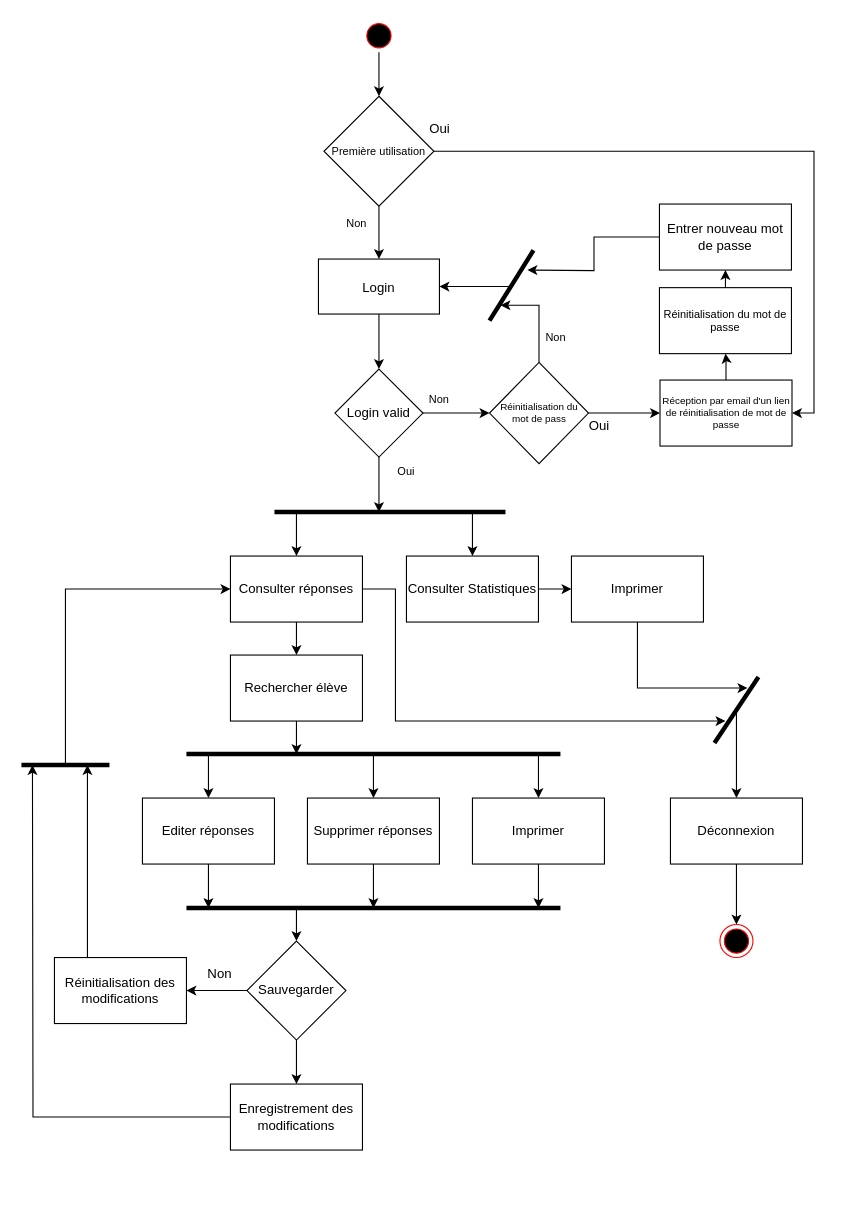
Above: DiagrameDActiviteEnseignant.drawio in Devetik/Diagrammes (draw.io), before the change. Source tidied: cells renumbered, new cells numbered last; positions are measured from the earlier drawing's top-left corner, leaving out a move shared by most shapes. Both pictures are drawn from the tidied source at 110%, with x=0, y=0 at pixel (21, 19).
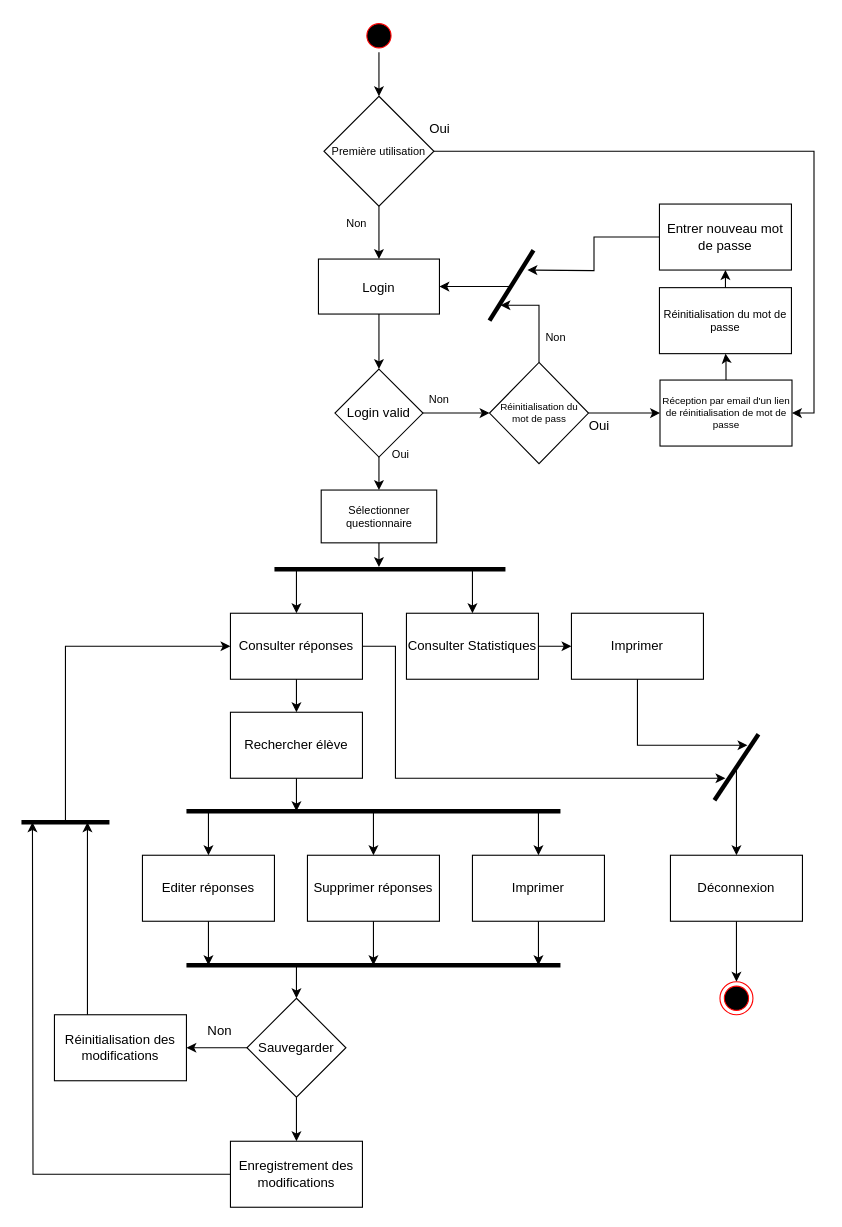
The same diagram, later.

The change refers to these unchanged cells:
```xml
<mxCell id="4" value="Login valid" style="rhombus;whiteSpace=wrap;html=1;fontColor=default;fillColor=none;" parent="1" vertex="1">
  <mxGeometry x="285" y="318" width="80" height="80" as="geometry" />
</mxCell>
```

Change to the diagram source:
```diff
@@
-    <mxCell id="2" style="edgeStyle=orthogonalEdgeStyle;rounded=0;jettySize=auto;html=1;strokeWidth=1;" parent="1" edge="1" source="4">
-      <mxGeometry relative="1" as="geometry">
-        <mxPoint x="325" y="448" as="targetPoint" />
-      </mxGeometry>
-    </mxCell>
@@
+    <mxCell id="68" style="edgeStyle=orthogonalEdgeStyle;rounded=0;jettySize=auto;html=1;entryX=0.5;entryY=0;entryDx=0;entryDy=0;fontSize=10;strokeWidth=1;" parent="1" edge="1" source="4" target="70">
+      <mxGeometry relative="1" as="geometry" />
+    </mxCell>
@@
     <mxCell id="6" value="&lt;font style=&quot;font-size: 10px;&quot;&gt;Oui&lt;/font&gt;" style="text;html=1;strokeColor=none;fillColor=none;align=center;verticalAlign=middle;whiteSpace=wrap;rounded=0;fontColor=default;" parent="1" vertex="1">
-      <mxGeometry x="320" y="396" width="60" height="30" as="geometry" />
+      <mxGeometry x="315" y="380" width="60" height="30" as="geometry" />
     </mxCell>
     <mxCell id="7" style="edgeStyle=orthogonalEdgeStyle;rounded=0;jettySize=auto;html=1;fontSize=10;strokeWidth=1;" parent="1" edge="1" source="8">
       <mxGeometry relative="1" as="geometry">
-        <mxPoint x="640" y="638" as="targetPoint" />
+        <mxPoint x="640" y="690" as="targetPoint" />
         <Array as="points">
-          <mxPoint x="340" y="518" />
-          <mxPoint x="340" y="638" />
+          <mxPoint x="340" y="570" />
+          <mxPoint x="340" y="690" />
         </Array>
       </mxGeometry>
     </mxCell>
     <mxCell id="8" value="Consulter réponses" style="rounded=0;whiteSpace=wrap;html=1;fillColor=none;" parent="1" vertex="1">
-      <mxGeometry x="190" y="488" width="120" height="60" as="geometry" />
+      <mxGeometry x="190" y="540" width="120" height="60" as="geometry" />
     </mxCell>
     <mxCell id="9" style="edgeStyle=orthogonalEdgeStyle;rounded=0;jettySize=auto;html=1;strokeWidth=1;" parent="1" edge="1" source="10">
       <mxGeometry relative="1" as="geometry">
-        <mxPoint x="250" y="668" as="targetPoint" />
+        <mxPoint x="250" y="720" as="targetPoint" />
       </mxGeometry>
     </mxCell>
     <mxCell id="10" value="Rechercher élève" style="rounded=0;whiteSpace=wrap;html=1;fillColor=none;" parent="1" vertex="1">
-      <mxGeometry x="190" y="578" width="120" height="60" as="geometry" />
+      <mxGeometry x="190" y="630" width="120" height="60" as="geometry" />
     </mxCell>
     <mxCell id="11" style="endArrow=none;html=1;rounded=0;strokeWidth=4;" parent="1" edge="1">
       <mxGeometry relative="1" as="geometry">
-        <mxPoint x="230" y="448" as="sourcePoint" />
-        <mxPoint x="440" y="448" as="targetPoint" />
+        <mxPoint x="230" y="500" as="sourcePoint" />
+        <mxPoint x="440" y="500" as="targetPoint" />
       </mxGeometry>
     </mxCell>
@@
     <mxCell id="14" style="edgeStyle=orthogonalEdgeStyle;rounded=0;jettySize=auto;html=1;fontSize=10;strokeWidth=1;" parent="1" edge="1" source="15">
       <mxGeometry relative="1" as="geometry">
-        <mxPoint x="170" y="808" as="targetPoint" />
+        <mxPoint x="170" y="860" as="targetPoint" />
       </mxGeometry>
     </mxCell>
     <mxCell id="15" value="Editer réponses" style="rounded=0;whiteSpace=wrap;html=1;fillColor=none;" parent="1" vertex="1">
-      <mxGeometry x="110" y="708" width="120" height="60" as="geometry" />
+      <mxGeometry x="110" y="760" width="120" height="60" as="geometry" />
     </mxCell>
@@
     <mxCell id="17" value="Consulter Statistiques" style="rounded=0;whiteSpace=wrap;html=1;fillColor=none;" parent="1" vertex="1">
-      <mxGeometry x="350" y="488" width="120" height="60" as="geometry" />
+      <mxGeometry x="350" y="540" width="120" height="60" as="geometry" />
     </mxCell>
     <mxCell id="18" style="endArrow=classic;html=1;rounded=0;strokeWidth=1;entryX=0.5;entryY=0;entryDx=0;entryDy=0;" parent="1" edge="1" target="8">
       <mxGeometry relative="1" as="geometry">
-        <mxPoint x="250" y="448" as="sourcePoint" />
+        <mxPoint x="250" y="500" as="sourcePoint" />
       </mxGeometry>
     </mxCell>
     <mxCell id="19" style="endArrow=classic;html=1;rounded=0;strokeWidth=1;entryX=0.5;entryY=0;entryDx=0;entryDy=0;" parent="1" edge="1" target="17">
       <mxGeometry relative="1" as="geometry">
-        <mxPoint x="410" y="448" as="sourcePoint" />
+        <mxPoint x="410" y="500" as="sourcePoint" />
       </mxGeometry>
     </mxCell>
     <mxCell id="20" style="endArrow=none;html=1;rounded=0;strokeWidth=4;" parent="1" edge="1">
       <mxGeometry relative="1" as="geometry">
-        <mxPoint x="150" y="668" as="sourcePoint" />
-        <mxPoint x="490" y="668" as="targetPoint" />
+        <mxPoint x="150" y="720" as="sourcePoint" />
+        <mxPoint x="490" y="720" as="targetPoint" />
       </mxGeometry>
     </mxCell>
     <mxCell id="21" style="endArrow=classic;html=1;rounded=0;strokeWidth=1;entryX=0.5;entryY=0;entryDx=0;entryDy=0;" parent="1" edge="1" target="24">
       <mxGeometry relative="1" as="geometry">
-        <mxPoint x="320" y="668" as="sourcePoint" />
+        <mxPoint x="320" y="720" as="sourcePoint" />
       </mxGeometry>
     </mxCell>
     <mxCell id="22" style="endArrow=classic;html=1;rounded=0;strokeWidth=1;exitX=0.5;exitY=1;exitDx=0;exitDy=0;" parent="1" edge="1" source="8">
       <mxGeometry relative="1" as="geometry">
-        <mxPoint x="250" y="578" as="targetPoint" />
+        <mxPoint x="250" y="630" as="targetPoint" />
       </mxGeometry>
     </mxCell>
     <mxCell id="23" style="edgeStyle=orthogonalEdgeStyle;rounded=0;jettySize=auto;html=1;fontSize=10;strokeWidth=1;" parent="1" edge="1" source="24">
       <mxGeometry relative="1" as="geometry">
-        <mxPoint x="320" y="808" as="targetPoint" />
+        <mxPoint x="320" y="860" as="targetPoint" />
       </mxGeometry>
     </mxCell>
     <mxCell id="24" value="Supprimer réponses" style="rounded=0;whiteSpace=wrap;html=1;fillColor=none;" parent="1" vertex="1">
-      <mxGeometry x="260" y="708" width="120" height="60" as="geometry" />
+      <mxGeometry x="260" y="760" width="120" height="60" as="geometry" />
     </mxCell>
     <mxCell id="25" style="endArrow=none;html=1;rounded=0;strokeWidth=4;" parent="1" edge="1">
       <mxGeometry relative="1" as="geometry">
-        <mxPoint x="150" y="808" as="sourcePoint" />
-        <mxPoint x="490" y="808" as="targetPoint" />
+        <mxPoint x="150" y="860" as="sourcePoint" />
+        <mxPoint x="490" y="860" as="targetPoint" />
       </mxGeometry>
     </mxCell>
@@
     <mxCell id="28" value="Sauvegarder" style="rhombus;whiteSpace=wrap;html=1;fillColor=none;" parent="1" vertex="1">
-      <mxGeometry x="205" y="838" width="90" height="90" as="geometry" />
+      <mxGeometry x="205" y="890" width="90" height="90" as="geometry" />
     </mxCell>
     <mxCell id="29" style="endArrow=classic;html=1;rounded=0;strokeWidth=1;entryX=0.5;entryY=0;entryDx=0;entryDy=0;" parent="1" edge="1" target="28">
       <mxGeometry relative="1" as="geometry">
-        <mxPoint x="250" y="808" as="sourcePoint" />
+        <mxPoint x="250" y="860" as="sourcePoint" />
       </mxGeometry>
     </mxCell>
     <mxCell id="30" value="Non" style="text;html=1;align=center;verticalAlign=middle;strokeColor=none;fillColor=none;" parent="1" vertex="1">
-      <mxGeometry x="160" y="858" width="40" height="20" as="geometry" />
+      <mxGeometry x="160" y="910" width="40" height="20" as="geometry" />
     </mxCell>
     <mxCell id="31" style="edgeStyle=orthogonalEdgeStyle;rounded=0;jettySize=auto;html=1;exitX=0.25;exitY=0;exitDx=0;exitDy=0;strokeWidth=1;" parent="1" edge="1" source="32">
       <mxGeometry relative="1" as="geometry">
-        <mxPoint x="60" y="678" as="targetPoint" />
+        <mxPoint x="60" y="730" as="targetPoint" />
       </mxGeometry>
     </mxCell>
     <mxCell id="32" value="Réinitialisation des modifications" style="rounded=0;whiteSpace=wrap;html=1;fillColor=none;" parent="1" vertex="1">
-      <mxGeometry x="30" y="853" width="120" height="60" as="geometry" />
+      <mxGeometry x="30" y="905" width="120" height="60" as="geometry" />
     </mxCell>
     <mxCell id="33" style="edgeStyle=orthogonalEdgeStyle;rounded=0;jettySize=auto;html=1;strokeWidth=1;" parent="1" edge="1" source="34">
       <mxGeometry relative="1" as="geometry">
-        <mxPoint x="10" y="678" as="targetPoint" />
+        <mxPoint x="10" y="730" as="targetPoint" />
       </mxGeometry>
     </mxCell>
     <mxCell id="34" value="Enregistrement des modifications" style="whiteSpace=wrap;html=1;fillColor=none;strokeColor=rgb(0, 0, 0);fontColor=rgb(0, 0, 0);" parent="1" vertex="1">
-      <mxGeometry x="190" y="968" width="120" height="60" as="geometry" />
+      <mxGeometry x="190" y="1020" width="120" height="60" as="geometry" />
     </mxCell>
     <mxCell id="35" style="endArrow=none;html=1;rounded=0;strokeWidth=4;" parent="1" edge="1">
       <mxGeometry relative="1" as="geometry">
-        <mxPoint y="678" as="sourcePoint" />
-        <mxPoint x="80" y="678" as="targetPoint" />
+        <mxPoint y="730" as="sourcePoint" />
+        <mxPoint x="80" y="730" as="targetPoint" />
       </mxGeometry>
     </mxCell>
     <mxCell id="36" style="endArrow=classic;html=1;rounded=0;strokeWidth=1;entryX=0;entryY=0.5;entryDx=0;entryDy=0;" parent="1" edge="1" target="8">
       <mxGeometry relative="1" as="geometry">
-        <mxPoint x="40" y="678" as="sourcePoint" />
+        <mxPoint x="40" y="730" as="sourcePoint" />
         <Array as="points">
-          <mxPoint x="40" y="518" />
+          <mxPoint x="40" y="570" />
         </Array>
       </mxGeometry>
     </mxCell>
     <mxCell id="37" style="endArrow=none;html=1;rounded=0;strokeWidth=4;" parent="1" edge="1">
       <mxGeometry relative="1" as="geometry">
-        <mxPoint x="630" y="658" as="sourcePoint" />
-        <mxPoint x="670" y="598" as="targetPoint" />
+        <mxPoint x="630" y="710" as="sourcePoint" />
+        <mxPoint x="670" y="650" as="targetPoint" />
       </mxGeometry>
     </mxCell>
@@
     <mxCell id="39" value="Déconnexion" style="rounded=0;whiteSpace=wrap;html=1;fillColor=none;" parent="1" vertex="1">
-      <mxGeometry x="590" y="708" width="120" height="60" as="geometry" />
+      <mxGeometry x="590" y="760" width="120" height="60" as="geometry" />
     </mxCell>
     <mxCell id="40" style="ellipse;html=1;shape=endState;fillColor=#000000;strokeColor=#ff0000;" parent="1" vertex="1">
-      <mxGeometry x="635" y="823" width="30" height="30" as="geometry" />
+      <mxGeometry x="635" y="875" width="30" height="30" as="geometry" />
     </mxCell>
@@
     <mxCell id="61" style="edgeStyle=orthogonalEdgeStyle;rounded=0;jettySize=auto;html=1;fontSize=10;" parent="1" edge="1" source="62">
       <mxGeometry relative="1" as="geometry">
-        <mxPoint x="470" y="808" as="targetPoint" />
+        <mxPoint x="470" y="860" as="targetPoint" />
       </mxGeometry>
     </mxCell>
     <mxCell id="62" value="Imprimer" style="rounded=0;whiteSpace=wrap;html=1;fontSize=12;fillColor=none;" parent="1" vertex="1">
-      <mxGeometry x="410" y="708" width="120" height="60" as="geometry" />
+      <mxGeometry x="410" y="760" width="120" height="60" as="geometry" />
     </mxCell>
     <mxCell id="63" style="endArrow=classic;html=1;rounded=0;fontSize=10;strokeWidth=1;entryX=0.5;entryY=0;entryDx=0;entryDy=0;" parent="1" edge="1" target="62">
       <mxGeometry relative="1" as="geometry">
-        <mxPoint x="470" y="668" as="sourcePoint" />
+        <mxPoint x="470" y="720" as="sourcePoint" />
       </mxGeometry>
     </mxCell>
     <mxCell id="64" style="endArrow=classic;html=1;rounded=0;fontSize=10;strokeWidth=1;entryX=0.5;entryY=0;entryDx=0;entryDy=0;" parent="1" edge="1" target="15">
       <mxGeometry relative="1" as="geometry">
-        <mxPoint x="170" y="668" as="sourcePoint" />
+        <mxPoint x="170" y="720" as="sourcePoint" />
       </mxGeometry>
     </mxCell>
     <mxCell id="65" style="edgeStyle=orthogonalEdgeStyle;rounded=0;jettySize=auto;html=1;fontSize=10;strokeWidth=1;" parent="1" edge="1" source="66">
       <mxGeometry relative="1" as="geometry">
-        <mxPoint x="660" y="608" as="targetPoint" />
+        <mxPoint x="660" y="660" as="targetPoint" />
         <Array as="points">
-          <mxPoint x="560" y="608" />
+          <mxPoint x="560" y="660" />
         </Array>
       </mxGeometry>
     </mxCell>
     <mxCell id="66" value="Imprimer" style="rounded=0;whiteSpace=wrap;html=1;fontSize=12;fillColor=none;" parent="1" vertex="1">
-      <mxGeometry x="500" y="488" width="120" height="60" as="geometry" />
+      <mxGeometry x="500" y="540" width="120" height="60" as="geometry" />
     </mxCell>
     <mxCell id="67" style="endArrow=classic;html=1;rounded=0;fontSize=10;strokeWidth=1;entryX=0.5;entryY=0;entryDx=0;entryDy=0;" parent="1" edge="1" target="39">
       <mxGeometry relative="1" as="geometry">
-        <mxPoint x="650" y="628" as="sourcePoint" />
+        <mxPoint x="650" y="680" as="sourcePoint" />
       </mxGeometry>
     </mxCell>
+    <mxCell id="69" style="edgeStyle=orthogonalEdgeStyle;rounded=0;jettySize=auto;html=1;fontSize=10;strokeWidth=1;" parent="1" edge="1" source="70">
+      <mxGeometry relative="1" as="geometry">
+        <mxPoint x="325" y="498" as="targetPoint" />
+      </mxGeometry>
+    </mxCell>
+    <mxCell id="70" value="Sélectionner questionnaire" style="rounded=0;whiteSpace=wrap;html=1;fontSize=10;fillColor=none;" parent="1" vertex="1">
+      <mxGeometry x="272.5" y="428" width="105" height="48" as="geometry" />
+    </mxCell>
```
